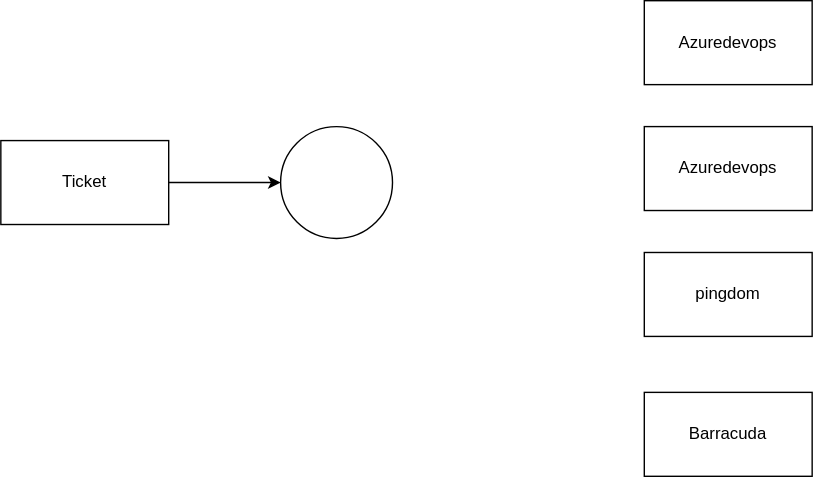
Above: tickethandlingprocess.svg in vjavle/invoicecloud (draw.io), before the change. Source tidied: cells renumbered, new cells last; positions are measured from the earlier drawing's top-left corner, leaving out a move shared by most shapes. Its diagram source:
```xml
<mxGraphModel>
  <root>
    <mxCell id="0" />
    <mxCell id="1" parent="0" />
    <mxCell id="2" style="edgeStyle=orthogonalEdgeStyle;rounded=0;jettySize=auto;html=1;" parent="1" edge="1" source="3" target="4">
      <mxGeometry relative="1" as="geometry" />
    </mxCell>
    <mxCell id="3" value="Ticket" style="rounded=0;whiteSpace=wrap;html=1;" parent="1" vertex="1">
      <mxGeometry y="100" width="120" height="60" as="geometry" />
    </mxCell>
    <mxCell id="4" style="ellipse;whiteSpace=wrap;html=1;" parent="1" vertex="1">
      <mxGeometry x="200" y="90" width="80" height="80" as="geometry" />
    </mxCell>
    <mxCell id="5" value="Azuredevops" style="rounded=0;whiteSpace=wrap;html=1;" parent="1" vertex="1">
      <mxGeometry x="460" width="120" height="60" as="geometry" />
    </mxCell>
    <mxCell id="6" value="Azuredevops" style="rounded=0;whiteSpace=wrap;html=1;" parent="1" vertex="1">
      <mxGeometry x="460" y="90" width="120" height="60" as="geometry" />
    </mxCell>
    <mxCell id="7" value="pingdom" style="rounded=0;whiteSpace=wrap;html=1;" parent="1" vertex="1">
      <mxGeometry x="460" y="180" width="120" height="60" as="geometry" />
    </mxCell>
    <mxCell id="8" value="Barracuda" style="rounded=0;whiteSpace=wrap;html=1;" parent="1" vertex="1">
      <mxGeometry x="460" y="280" width="120" height="60" as="geometry" />
    </mxCell>
  </root>
</mxGraphModel>
```
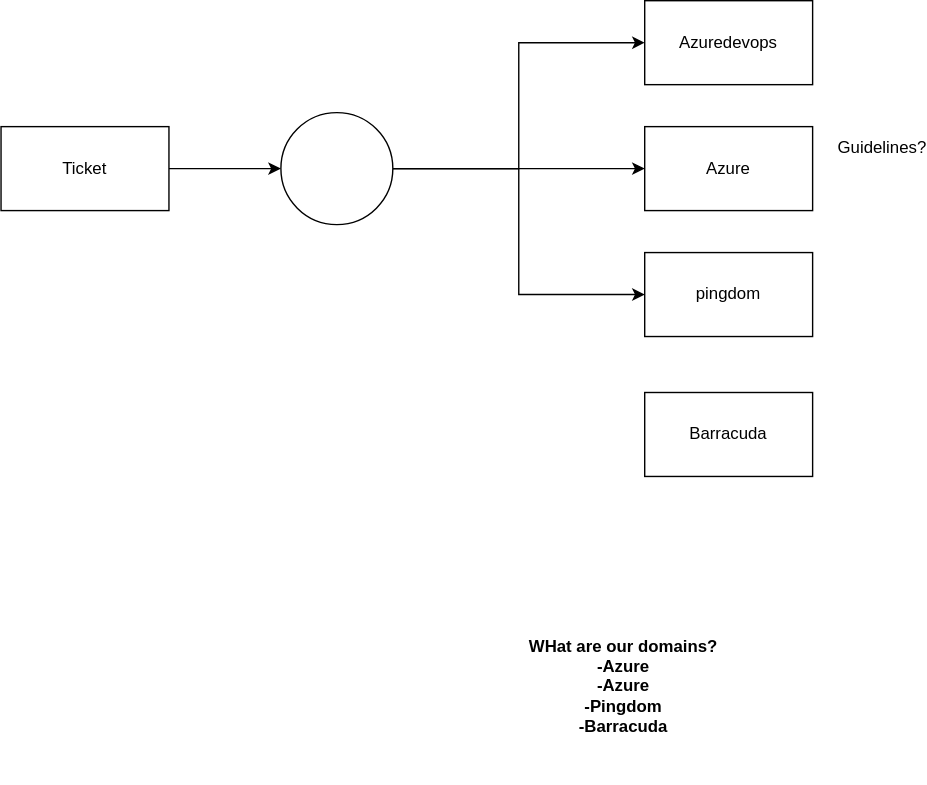
The same file after the commit.

What changed in the source:
```diff
@@ -6,15 +6,24 @@
       <mxGeometry relative="1" as="geometry" />
     </mxCell>
     <mxCell id="3" value="Ticket" style="rounded=0;whiteSpace=wrap;html=1;" parent="1" vertex="1">
-      <mxGeometry y="100" width="120" height="60" as="geometry" />
+      <mxGeometry y="90" width="120" height="60" as="geometry" />
     </mxCell>
+    <mxCell id="9" style="edgeStyle=orthogonalEdgeStyle;rounded=0;jettySize=auto;html=1;entryX=0;entryY=0.5;entryDx=0;entryDy=0;" parent="1" edge="1" source="4" target="5">
+      <mxGeometry relative="1" as="geometry" />
+    </mxCell>
+    <mxCell id="10" style="edgeStyle=orthogonalEdgeStyle;rounded=0;jettySize=auto;html=1;" parent="1" edge="1" source="4" target="6">
+      <mxGeometry relative="1" as="geometry" />
+    </mxCell>
+    <mxCell id="11" style="edgeStyle=orthogonalEdgeStyle;rounded=0;jettySize=auto;html=1;entryX=0;entryY=0.5;entryDx=0;entryDy=0;" parent="1" edge="1" source="4" target="7">
+      <mxGeometry relative="1" as="geometry" />
+    </mxCell>
     <mxCell id="4" style="ellipse;whiteSpace=wrap;html=1;" parent="1" vertex="1">
-      <mxGeometry x="200" y="90" width="80" height="80" as="geometry" />
+      <mxGeometry x="200" y="80" width="80" height="80" as="geometry" />
     </mxCell>
     <mxCell id="5" value="Azuredevops" style="rounded=0;whiteSpace=wrap;html=1;" parent="1" vertex="1">
       <mxGeometry x="460" width="120" height="60" as="geometry" />
     </mxCell>
-    <mxCell id="6" value="Azuredevops" style="rounded=0;whiteSpace=wrap;html=1;" parent="1" vertex="1">
+    <mxCell id="6" value="Azure" style="rounded=0;whiteSpace=wrap;html=1;" parent="1" vertex="1">
       <mxGeometry x="460" y="90" width="120" height="60" as="geometry" />
     </mxCell>
     <mxCell id="7" value="pingdom" style="rounded=0;whiteSpace=wrap;html=1;" parent="1" vertex="1">
@@ -23,5 +32,11 @@
     <mxCell id="8" value="Barracuda" style="rounded=0;whiteSpace=wrap;html=1;" parent="1" vertex="1">
       <mxGeometry x="460" y="280" width="120" height="60" as="geometry" />
     </mxCell>
+    <mxCell id="12" value="Guidelines?" style="text;html=1;strokeColor=none;fillColor=none;align=center;verticalAlign=middle;whiteSpace=wrap;rounded=0;" parent="1" vertex="1">
+      <mxGeometry x="600" y="90" width="60" height="30" as="geometry" />
+    </mxCell>
+    <mxCell id="13" value="WHat are our domains?&lt;br&gt;-Azure&lt;br&gt;-Azure&lt;br&gt;-Pingdom&lt;br&gt;-Barracuda" style="text;html=1;strokeColor=none;fillColor=none;align=center;verticalAlign=middle;whiteSpace=wrap;rounded=0;fontStyle=1;" parent="1" vertex="1">
+      <mxGeometry x="310" y="420" width="270" height="140" as="geometry" />
+    </mxCell>
   </root>
 </mxGraphModel>
```
